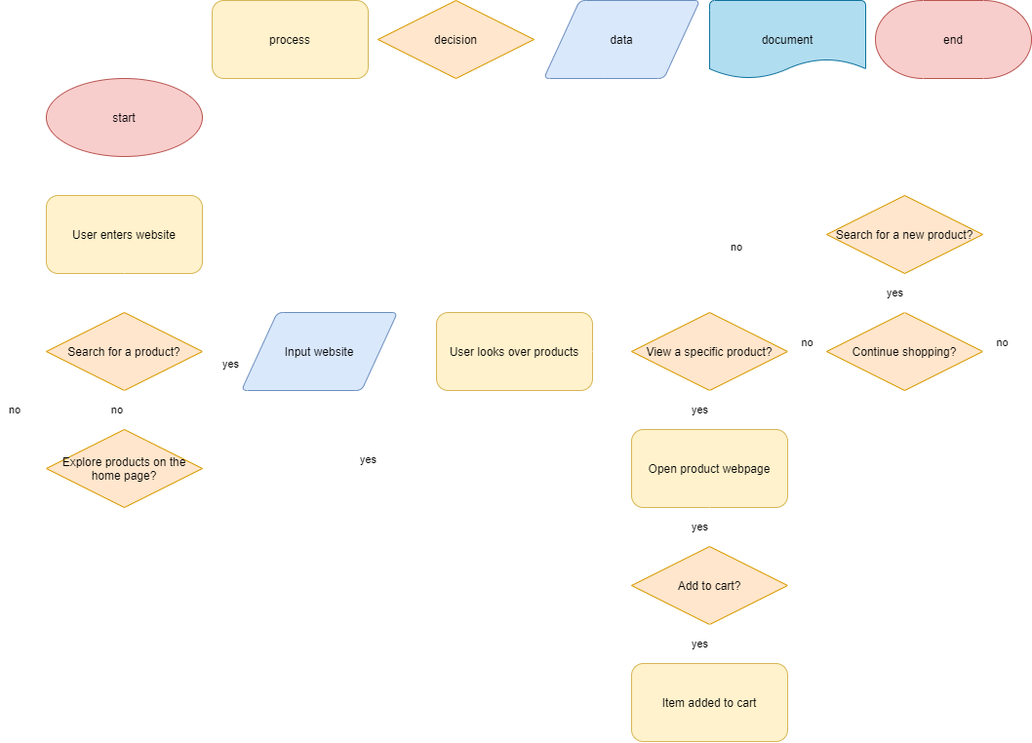
Above: explore/diagramming/diagram.drawio.png in StevenSchaeffer/fa21-cse110-lab4 (draw.io), before the change. Source tidied: cells renumbered, new cells last; positions are measured from the earlier drawing's top-left corner, leaving out a move shared by most shapes. The source it was exported from:
```xml
<mxGraphModel>
  <root>
    <mxCell id="0" />
    <mxCell id="1" parent="0" />
    <mxCell id="2" style="edgeStyle=orthogonalEdgeStyle;rounded=0;jettySize=auto;html=1;exitX=0.5;exitY=1;exitDx=0;exitDy=0;strokeColor=#FFFFFF;entryX=0.5;entryY=0;entryDx=0;entryDy=0;" parent="1" edge="1" source="3" target="9">
      <mxGeometry relative="1" as="geometry" />
    </mxCell>
    <mxCell id="3" value="&lt;font color=&quot;#000000&quot;&gt;start&lt;/font&gt;" style="ellipse;whiteSpace=wrap;html=1;fillColor=#f8cecc;strokeColor=#b85450;" parent="1" vertex="1">
      <mxGeometry x="40" y="80" width="160" height="80" as="geometry" />
    </mxCell>
    <mxCell id="4" value="&lt;font color=&quot;#000000&quot;&gt;decision&lt;/font&gt;" style="rhombus;whiteSpace=wrap;html=1;fillColor=#ffe6cc;strokeColor=#d79b00;" parent="1" vertex="1">
      <mxGeometry x="380" width="160" height="80" as="geometry" />
    </mxCell>
    <mxCell id="5" value="&lt;font color=&quot;#000000&quot;&gt;process&lt;/font&gt;" style="rounded=1;whiteSpace=wrap;html=1;fillColor=#fff2cc;strokeColor=#d6b656;direction=east;" parent="1" vertex="1">
      <mxGeometry x="210" width="160" height="80" as="geometry" />
    </mxCell>
    <mxCell id="6" value="&lt;font color=&quot;#000000&quot;&gt;data&lt;/font&gt;" style="shape=parallelogram;html=1;strokeWidth=1;perimeter=parallelogramPerimeter;whiteSpace=wrap;rounded=1;arcSize=12;size=0.23;fillColor=#dae8fc;strokeColor=#6c8ebf;" parent="1" vertex="1">
      <mxGeometry x="550" width="160" height="80" as="geometry" />
    </mxCell>
    <mxCell id="7" value="&lt;font color=&quot;#000000&quot;&gt;document&lt;/font&gt;" style="strokeWidth=1;html=1;shape=mxgraph.flowchart.document2;whiteSpace=wrap;size=0.25;fillColor=#b1ddf0;strokeColor=#10739e;" parent="1" vertex="1">
      <mxGeometry x="720" width="160" height="80" as="geometry" />
    </mxCell>
    <mxCell id="8" value="&lt;font color=&quot;#000000&quot;&gt;end&lt;/font&gt;" style="strokeWidth=1;html=1;shape=mxgraph.flowchart.terminator;whiteSpace=wrap;fillColor=#f8cecc;strokeColor=#b85450;" parent="1" vertex="1">
      <mxGeometry x="890" width="160" height="80" as="geometry" />
    </mxCell>
    <mxCell id="9" value="&lt;font color=&quot;#000000&quot;&gt;User enters website&lt;/font&gt;" style="rounded=1;whiteSpace=wrap;html=1;fillColor=#fff2cc;strokeColor=#d6b656;direction=east;" parent="1" vertex="1">
      <mxGeometry x="40" y="200" width="160" height="80" as="geometry" />
    </mxCell>
    <mxCell id="10" value="&lt;font color=&quot;#000000&quot;&gt;Search for a product?&lt;/font&gt;" style="rhombus;whiteSpace=wrap;html=1;fillColor=#ffe6cc;strokeColor=#d79b00;" parent="1" vertex="1">
      <mxGeometry x="40" y="320" width="160" height="80" as="geometry" />
    </mxCell>
    <mxCell id="11" style="edgeStyle=orthogonalEdgeStyle;rounded=0;jettySize=auto;html=1;strokeColor=#FFFFFF;entryX=0.5;entryY=0;entryDx=0;entryDy=0;exitX=0.5;exitY=1;exitDx=0;exitDy=0;" parent="1" edge="1" source="9" target="10">
      <mxGeometry relative="1" as="geometry" />
    </mxCell>
    <mxCell id="12" value="yes" style="edgeStyle=orthogonalEdgeStyle;rounded=0;jettySize=auto;html=1;strokeColor=#FFFFFF;exitX=1;exitY=0.5;exitDx=0;exitDy=0;align=center;verticalAlign=top;entryX=0;entryY=0.5;entryDx=0;entryDy=0;" parent="1" edge="1" source="10" target="18">
      <mxGeometry relative="1" as="geometry" />
    </mxCell>
    <mxCell id="13" value="no" style="edgeStyle=orthogonalEdgeStyle;rounded=0;jettySize=auto;html=1;exitX=0.5;exitY=1;exitDx=0;exitDy=0;strokeColor=#FFFFFF;align=right;entryX=0.5;entryY=0;entryDx=0;entryDy=0;" parent="1" edge="1" source="10" target="15">
      <mxGeometry relative="1" as="geometry" />
    </mxCell>
    <mxCell id="14" value="&lt;div&gt;yes&lt;/div&gt;" style="edgeStyle=orthogonalEdgeStyle;rounded=0;jettySize=auto;html=1;exitX=1;exitY=0.5;exitDx=0;exitDy=0;strokeColor=#FFFFFF;align=right;verticalAlign=bottom;" parent="1" edge="1" source="15">
      <mxGeometry relative="1" as="geometry">
        <mxPoint x="440" y="360" as="targetPoint" />
        <Array as="points">
          <mxPoint x="410" y="480" />
          <mxPoint x="410" y="360" />
        </Array>
      </mxGeometry>
    </mxCell>
    <mxCell id="15" value="&lt;font color=&quot;#000000&quot;&gt;Explore products on the home page?&lt;/font&gt;" style="rhombus;whiteSpace=wrap;html=1;fillColor=#ffe6cc;strokeColor=#d79b00;" parent="1" vertex="1">
      <mxGeometry x="40" y="440" width="160" height="80" as="geometry" />
    </mxCell>
    <mxCell id="16" value="no" style="edgeStyle=orthogonalEdgeStyle;rounded=0;jettySize=auto;html=1;strokeColor=#FFFFFF;align=left;exitX=0;exitY=0.5;exitDx=0;exitDy=0;entryX=0;entryY=0.5;entryDx=0;entryDy=0;" parent="1" edge="1" source="15" target="10">
      <mxGeometry relative="1" as="geometry">
        <Array as="points">
          <mxPoint y="480" />
          <mxPoint y="360" />
        </Array>
      </mxGeometry>
    </mxCell>
    <mxCell id="17" style="edgeStyle=orthogonalEdgeStyle;rounded=0;jettySize=auto;html=1;exitX=1;exitY=0.5;exitDx=0;exitDy=0;strokeColor=#FFFFFF;align=left;verticalAlign=bottom;entryX=0;entryY=0.5;entryDx=0;entryDy=0;" parent="1" edge="1" source="18" target="19">
      <mxGeometry relative="1" as="geometry" />
    </mxCell>
    <mxCell id="18" value="&lt;font color=&quot;#000000&quot;&gt;Input website&lt;br&gt;&lt;/font&gt;" style="shape=parallelogram;html=1;strokeWidth=1;perimeter=parallelogramPerimeter;whiteSpace=wrap;rounded=1;arcSize=12;size=0.23;fillColor=#dae8fc;strokeColor=#6c8ebf;" parent="1" vertex="1">
      <mxGeometry x="240" y="320" width="160" height="80" as="geometry" />
    </mxCell>
    <mxCell id="19" value="&lt;font color=&quot;#000000&quot;&gt;User looks over products&lt;/font&gt;" style="rounded=1;whiteSpace=wrap;html=1;fillColor=#fff2cc;strokeColor=#d6b656;direction=east;" parent="1" vertex="1">
      <mxGeometry x="440" y="320" width="160" height="80" as="geometry" />
    </mxCell>
    <mxCell id="20" value="&lt;font color=&quot;#000000&quot;&gt;View a specific product?&lt;/font&gt;" style="rhombus;whiteSpace=wrap;html=1;fillColor=#ffe6cc;strokeColor=#d79b00;" parent="1" vertex="1">
      <mxGeometry x="640" y="320" width="160" height="80" as="geometry" />
    </mxCell>
    <mxCell id="21" style="edgeStyle=orthogonalEdgeStyle;rounded=0;jettySize=auto;html=1;strokeColor=#FFFFFF;exitX=1;exitY=0.5;exitDx=0;exitDy=0;entryX=0;entryY=0.5;entryDx=0;entryDy=0;" parent="1" edge="1" source="19" target="20">
      <mxGeometry relative="1" as="geometry" />
    </mxCell>
    <mxCell id="22" value="no" style="edgeStyle=orthogonalEdgeStyle;rounded=0;jettySize=auto;html=1;strokeColor=#FFFFFF;exitX=1;exitY=0.5;exitDx=0;exitDy=0;entryX=0;entryY=0.5;entryDx=0;entryDy=0;verticalAlign=bottom;" parent="1" edge="1" source="20" target="23">
      <mxGeometry relative="1" as="geometry" />
    </mxCell>
    <mxCell id="23" value="&lt;font color=&quot;#000000&quot;&gt;Continue shopping?&lt;/font&gt;" style="rhombus;whiteSpace=wrap;html=1;fillColor=#ffe6cc;strokeColor=#d79b00;" parent="1" vertex="1">
      <mxGeometry x="840" y="320" width="160" height="80" as="geometry" />
    </mxCell>
    <mxCell id="24" value="no" style="edgeStyle=orthogonalEdgeStyle;rounded=0;jettySize=auto;html=1;strokeColor=#FFFFFF;entryX=0;entryY=0.5;entryDx=0;entryDy=0;verticalAlign=bottom;exitX=1;exitY=0.5;exitDx=0;exitDy=0;" parent="1" edge="1" source="23">
      <mxGeometry relative="1" as="geometry">
        <mxPoint x="1040" y="359.7" as="targetPoint" />
      </mxGeometry>
    </mxCell>
    <mxCell id="25" value="yes" style="edgeStyle=orthogonalEdgeStyle;rounded=0;jettySize=auto;html=1;strokeColor=#FFFFFF;align=right;exitX=0.5;exitY=1;exitDx=0;exitDy=0;entryX=0.5;entryY=0;entryDx=0;entryDy=0;" parent="1" edge="1" source="20" target="29">
      <mxGeometry relative="1" as="geometry" />
    </mxCell>
    <mxCell id="26" value="&lt;font color=&quot;#000000&quot;&gt;Add to cart?&lt;/font&gt;" style="rhombus;whiteSpace=wrap;html=1;fillColor=#ffe6cc;strokeColor=#d79b00;" parent="1" vertex="1">
      <mxGeometry x="640" y="560" width="160" height="80" as="geometry" />
    </mxCell>
    <mxCell id="27" value="yes" style="edgeStyle=orthogonalEdgeStyle;rounded=0;jettySize=auto;html=1;strokeColor=#FFFFFF;align=right;exitX=0.5;exitY=1;exitDx=0;exitDy=0;entryX=0.5;entryY=0;entryDx=0;entryDy=0;" parent="1" edge="1" source="26" target="32">
      <mxGeometry relative="1" as="geometry" />
    </mxCell>
    <mxCell id="28" style="edgeStyle=orthogonalEdgeStyle;rounded=0;jettySize=auto;html=1;strokeColor=#FFFFFF;exitX=1;exitY=0.5;exitDx=0;exitDy=0;verticalAlign=bottom;entryX=0;entryY=0.5;entryDx=0;entryDy=0;" parent="1" edge="1" source="26" target="23">
      <mxGeometry relative="1" as="geometry" />
    </mxCell>
    <mxCell id="29" value="&lt;font color=&quot;#000000&quot;&gt;Open product webpage&lt;/font&gt;" style="rounded=1;whiteSpace=wrap;html=1;fillColor=#fff2cc;strokeColor=#d6b656;direction=east;" parent="1" vertex="1">
      <mxGeometry x="640" y="440" width="160" height="80" as="geometry" />
    </mxCell>
    <mxCell id="30" value="yes" style="edgeStyle=orthogonalEdgeStyle;rounded=0;jettySize=auto;html=1;strokeColor=#FFFFFF;align=right;exitX=0.5;exitY=1;exitDx=0;exitDy=0;entryX=0.5;entryY=0;entryDx=0;entryDy=0;" parent="1" edge="1" source="29" target="26">
      <mxGeometry relative="1" as="geometry" />
    </mxCell>
    <mxCell id="31" style="edgeStyle=orthogonalEdgeStyle;rounded=0;jettySize=auto;html=1;exitX=1;exitY=0.5;exitDx=0;exitDy=0;strokeColor=#FFFFFF;align=right;verticalAlign=top;entryX=0.5;entryY=1;entryDx=0;entryDy=0;" parent="1" edge="1" source="32" target="23">
      <mxGeometry relative="1" as="geometry" />
    </mxCell>
    <mxCell id="32" value="&lt;font color=&quot;#000000&quot;&gt;Item added to cart&lt;/font&gt;" style="rounded=1;whiteSpace=wrap;html=1;fillColor=#fff2cc;strokeColor=#d6b656;direction=east;" parent="1" vertex="1">
      <mxGeometry x="640" y="680" width="160" height="80" as="geometry" />
    </mxCell>
    <mxCell id="33" value="yes" style="edgeStyle=orthogonalEdgeStyle;rounded=0;jettySize=auto;html=1;strokeColor=#FFFFFF;exitX=0.5;exitY=0;exitDx=0;exitDy=0;align=right;entryX=0.5;entryY=1;entryDx=0;entryDy=0;" parent="1" edge="1" source="23" target="36">
      <mxGeometry relative="1" as="geometry" />
    </mxCell>
    <mxCell id="34" value="no" style="edgeStyle=orthogonalEdgeStyle;rounded=0;jettySize=auto;html=1;exitX=0;exitY=0.5;exitDx=0;exitDy=0;strokeColor=#FFFFFF;align=left;verticalAlign=top;entryX=0.5;entryY=0;entryDx=0;entryDy=0;" parent="1" edge="1" source="36" target="20">
      <mxGeometry relative="1" as="geometry" />
    </mxCell>
    <mxCell id="35" style="edgeStyle=orthogonalEdgeStyle;rounded=0;jettySize=auto;html=1;exitX=0.5;exitY=0;exitDx=0;exitDy=0;strokeColor=#FFFFFF;align=right;verticalAlign=top;entryX=0;entryY=0.5;entryDx=0;entryDy=0;" parent="1" edge="1" source="36" target="18">
      <mxGeometry relative="1" as="geometry">
        <Array as="points">
          <mxPoint x="920" y="160" />
          <mxPoint x="640" y="160" />
          <mxPoint x="640" y="280" />
          <mxPoint x="230" y="280" />
          <mxPoint x="230" y="360" />
        </Array>
      </mxGeometry>
    </mxCell>
    <mxCell id="36" value="&lt;font color=&quot;#000000&quot;&gt;Search for a new product?&lt;/font&gt;" style="rhombus;whiteSpace=wrap;html=1;fillColor=#ffe6cc;strokeColor=#d79b00;" parent="1" vertex="1">
      <mxGeometry x="840" y="200" width="160" height="80" as="geometry" />
    </mxCell>
  </root>
</mxGraphModel>
```
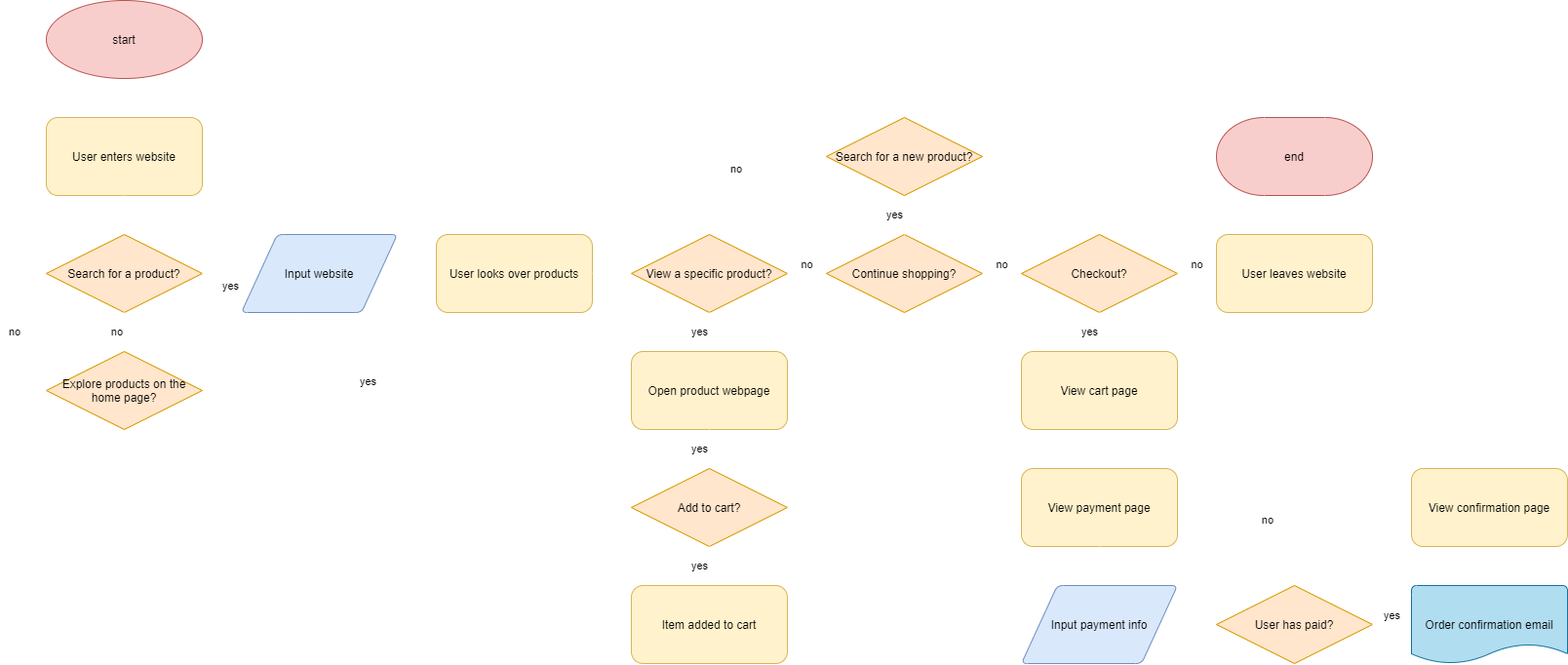
After the change.

The edit, as a diff of the source:
```diff
@@ -8,20 +8,8 @@
     <mxCell id="3" value="&lt;font color=&quot;#000000&quot;&gt;start&lt;/font&gt;" style="ellipse;whiteSpace=wrap;html=1;fillColor=#f8cecc;strokeColor=#b85450;" parent="1" vertex="1">
       <mxGeometry x="40" y="80" width="160" height="80" as="geometry" />
     </mxCell>
-    <mxCell id="4" value="&lt;font color=&quot;#000000&quot;&gt;decision&lt;/font&gt;" style="rhombus;whiteSpace=wrap;html=1;fillColor=#ffe6cc;strokeColor=#d79b00;" parent="1" vertex="1">
-      <mxGeometry x="380" width="160" height="80" as="geometry" />
-    </mxCell>
-    <mxCell id="5" value="&lt;font color=&quot;#000000&quot;&gt;process&lt;/font&gt;" style="rounded=1;whiteSpace=wrap;html=1;fillColor=#fff2cc;strokeColor=#d6b656;direction=east;" parent="1" vertex="1">
-      <mxGeometry x="210" width="160" height="80" as="geometry" />
-    </mxCell>
-    <mxCell id="6" value="&lt;font color=&quot;#000000&quot;&gt;data&lt;/font&gt;" style="shape=parallelogram;html=1;strokeWidth=1;perimeter=parallelogramPerimeter;whiteSpace=wrap;rounded=1;arcSize=12;size=0.23;fillColor=#dae8fc;strokeColor=#6c8ebf;" parent="1" vertex="1">
-      <mxGeometry x="550" width="160" height="80" as="geometry" />
-    </mxCell>
-    <mxCell id="7" value="&lt;font color=&quot;#000000&quot;&gt;document&lt;/font&gt;" style="strokeWidth=1;html=1;shape=mxgraph.flowchart.document2;whiteSpace=wrap;size=0.25;fillColor=#b1ddf0;strokeColor=#10739e;" parent="1" vertex="1">
-      <mxGeometry x="720" width="160" height="80" as="geometry" />
-    </mxCell>
     <mxCell id="8" value="&lt;font color=&quot;#000000&quot;&gt;end&lt;/font&gt;" style="strokeWidth=1;html=1;shape=mxgraph.flowchart.terminator;whiteSpace=wrap;fillColor=#f8cecc;strokeColor=#b85450;" parent="1" vertex="1">
-      <mxGeometry x="890" width="160" height="80" as="geometry" />
+      <mxGeometry x="1240" y="200" width="160" height="80" as="geometry" />
     </mxCell>
     <mxCell id="9" value="&lt;font color=&quot;#000000&quot;&gt;User enters website&lt;/font&gt;" style="rounded=1;whiteSpace=wrap;html=1;fillColor=#fff2cc;strokeColor=#d6b656;direction=east;" parent="1" vertex="1">
       <mxGeometry x="40" y="200" width="160" height="80" as="geometry" />
@@ -79,10 +67,8 @@
     <mxCell id="23" value="&lt;font color=&quot;#000000&quot;&gt;Continue shopping?&lt;/font&gt;" style="rhombus;whiteSpace=wrap;html=1;fillColor=#ffe6cc;strokeColor=#d79b00;" parent="1" vertex="1">
       <mxGeometry x="840" y="320" width="160" height="80" as="geometry" />
     </mxCell>
-    <mxCell id="24" value="no" style="edgeStyle=orthogonalEdgeStyle;rounded=0;jettySize=auto;html=1;strokeColor=#FFFFFF;entryX=0;entryY=0.5;entryDx=0;entryDy=0;verticalAlign=bottom;exitX=1;exitY=0.5;exitDx=0;exitDy=0;" parent="1" edge="1" source="23">
-      <mxGeometry relative="1" as="geometry">
-        <mxPoint x="1040" y="359.7" as="targetPoint" />
-      </mxGeometry>
+    <mxCell id="24" value="no" style="edgeStyle=orthogonalEdgeStyle;rounded=0;jettySize=auto;html=1;strokeColor=#FFFFFF;entryX=0;entryY=0.5;entryDx=0;entryDy=0;verticalAlign=bottom;exitX=1;exitY=0.5;exitDx=0;exitDy=0;" parent="1" edge="1" source="23" target="37">
+      <mxGeometry relative="1" as="geometry" />
     </mxCell>
     <mxCell id="25" value="yes" style="edgeStyle=orthogonalEdgeStyle;rounded=0;jettySize=auto;html=1;strokeColor=#FFFFFF;align=right;exitX=0.5;exitY=1;exitDx=0;exitDy=0;entryX=0.5;entryY=0;entryDx=0;entryDy=0;" parent="1" edge="1" source="20" target="29">
       <mxGeometry relative="1" as="geometry" />
@@ -128,5 +114,63 @@
     <mxCell id="36" value="&lt;font color=&quot;#000000&quot;&gt;Search for a new product?&lt;/font&gt;" style="rhombus;whiteSpace=wrap;html=1;fillColor=#ffe6cc;strokeColor=#d79b00;" parent="1" vertex="1">
       <mxGeometry x="840" y="200" width="160" height="80" as="geometry" />
     </mxCell>
+    <mxCell id="37" value="&lt;font color=&quot;#000000&quot;&gt;Checkout?&lt;/font&gt;" style="rhombus;whiteSpace=wrap;html=1;fillColor=#ffe6cc;strokeColor=#d79b00;" parent="1" vertex="1">
+      <mxGeometry x="1040" y="320" width="160" height="80" as="geometry" />
+    </mxCell>
+    <mxCell id="38" value="no" style="edgeStyle=orthogonalEdgeStyle;rounded=0;jettySize=auto;html=1;strokeColor=#FFFFFF;entryX=0;entryY=0.5;entryDx=0;entryDy=0;verticalAlign=bottom;exitX=1;exitY=0.5;exitDx=0;exitDy=0;" parent="1" edge="1" source="37" target="41">
+      <mxGeometry relative="1" as="geometry" />
+    </mxCell>
+    <mxCell id="39" value="yes" style="edgeStyle=orthogonalEdgeStyle;rounded=0;jettySize=auto;html=1;strokeColor=#FFFFFF;align=right;entryX=0.5;entryY=0;entryDx=0;entryDy=0;exitX=0.5;exitY=1;exitDx=0;exitDy=0;" parent="1" edge="1" source="37">
+      <mxGeometry relative="1" as="geometry">
+        <mxPoint x="1119.6" y="440" as="targetPoint" />
+      </mxGeometry>
+    </mxCell>
+    <mxCell id="40" style="edgeStyle=orthogonalEdgeStyle;rounded=0;jettySize=auto;html=1;exitX=0.5;exitY=0;exitDx=0;exitDy=0;entryX=0.5;entryY=1;entryDx=0;entryDy=0;entryPerimeter=0;strokeColor=#FFFFFF;align=right;verticalAlign=top;" parent="1" edge="1" source="41" target="8">
+      <mxGeometry relative="1" as="geometry" />
+    </mxCell>
+    <mxCell id="41" value="&lt;font color=&quot;#000000&quot;&gt;User leaves website&lt;/font&gt;" style="rounded=1;whiteSpace=wrap;html=1;fillColor=#fff2cc;strokeColor=#d6b656;direction=east;" parent="1" vertex="1">
+      <mxGeometry x="1240" y="320" width="160" height="80" as="geometry" />
+    </mxCell>
+    <mxCell id="42" style="edgeStyle=orthogonalEdgeStyle;rounded=0;jettySize=auto;html=1;exitX=0.5;exitY=1;exitDx=0;exitDy=0;entryX=0.5;entryY=0;entryDx=0;entryDy=0;strokeColor=#FFFFFF;align=right;verticalAlign=top;" parent="1" edge="1" source="43" target="44">
+      <mxGeometry relative="1" as="geometry" />
+    </mxCell>
+    <mxCell id="43" value="&lt;font color=&quot;#000000&quot;&gt;View cart page&lt;/font&gt;" style="rounded=1;whiteSpace=wrap;html=1;fillColor=#fff2cc;strokeColor=#d6b656;direction=east;" parent="1" vertex="1">
+      <mxGeometry x="1040" y="440" width="160" height="80" as="geometry" />
+    </mxCell>
+    <mxCell id="44" value="&lt;font color=&quot;#000000&quot;&gt;View payment page&lt;br&gt;&lt;/font&gt;" style="rounded=1;whiteSpace=wrap;html=1;fillColor=#fff2cc;strokeColor=#d6b656;direction=east;" parent="1" vertex="1">
+      <mxGeometry x="1040" y="560" width="160" height="80" as="geometry" />
+    </mxCell>
+    <mxCell id="45" style="edgeStyle=orthogonalEdgeStyle;rounded=0;jettySize=auto;html=1;entryX=0.5;entryY=0;entryDx=0;entryDy=0;strokeColor=#FFFFFF;align=right;verticalAlign=top;exitX=0.5;exitY=1;exitDx=0;exitDy=0;" parent="1" edge="1" source="44">
+      <mxGeometry relative="1" as="geometry">
+        <mxPoint x="1119.6" y="680" as="targetPoint" />
+      </mxGeometry>
+    </mxCell>
+    <mxCell id="46" style="edgeStyle=orthogonalEdgeStyle;rounded=0;jettySize=auto;html=1;exitX=1;exitY=0.5;exitDx=0;exitDy=0;entryX=0;entryY=0.5;entryDx=0;entryDy=0;strokeColor=#FFFFFF;align=right;verticalAlign=top;" parent="1" edge="1" source="47" target="49">
+      <mxGeometry relative="1" as="geometry" />
+    </mxCell>
+    <mxCell id="47" value="&lt;font color=&quot;#000000&quot;&gt;Input payment info&lt;br&gt;&lt;/font&gt;" style="shape=parallelogram;html=1;strokeWidth=1;perimeter=parallelogramPerimeter;whiteSpace=wrap;rounded=1;arcSize=12;size=0.23;fillColor=#dae8fc;strokeColor=#6c8ebf;" parent="1" vertex="1">
+      <mxGeometry x="1040" y="680" width="160" height="80" as="geometry" />
+    </mxCell>
+    <mxCell id="48" value="no" style="edgeStyle=orthogonalEdgeStyle;rounded=0;jettySize=auto;html=1;exitX=0.5;exitY=0;exitDx=0;exitDy=0;entryX=1;entryY=0.5;entryDx=0;entryDy=0;strokeColor=#FFFFFF;align=right;verticalAlign=top;" parent="1" edge="1" source="49" target="44">
+      <mxGeometry relative="1" as="geometry" />
+    </mxCell>
+    <mxCell id="49" value="&lt;font color=&quot;#000000&quot;&gt;User has paid?&lt;/font&gt;" style="rhombus;whiteSpace=wrap;html=1;fillColor=#ffe6cc;strokeColor=#d79b00;" parent="1" vertex="1">
+      <mxGeometry x="1240" y="680" width="160" height="80" as="geometry" />
+    </mxCell>
+    <mxCell id="50" style="edgeStyle=orthogonalEdgeStyle;rounded=0;jettySize=auto;html=1;exitX=0.5;exitY=0;exitDx=0;exitDy=0;strokeColor=#FFFFFF;align=center;verticalAlign=bottom;entryX=1;entryY=0.5;entryDx=0;entryDy=0;" parent="1" edge="1" source="51" target="41">
+      <mxGeometry relative="1" as="geometry" />
+    </mxCell>
+    <mxCell id="51" value="&lt;font color=&quot;#000000&quot;&gt;View confirmation page&lt;/font&gt;" style="rounded=1;whiteSpace=wrap;html=1;fillColor=#fff2cc;strokeColor=#d6b656;direction=east;" parent="1" vertex="1">
+      <mxGeometry x="1440" y="560" width="160" height="80" as="geometry" />
+    </mxCell>
+    <mxCell id="52" value="yes" style="edgeStyle=orthogonalEdgeStyle;rounded=0;jettySize=auto;html=1;exitX=1;exitY=0.5;exitDx=0;exitDy=0;strokeColor=#FFFFFF;align=center;verticalAlign=bottom;entryX=0;entryY=0.5;entryDx=0;entryDy=0;entryPerimeter=0;" parent="1" edge="1" source="49" target="54">
+      <mxGeometry relative="1" as="geometry" />
+    </mxCell>
+    <mxCell id="53" style="edgeStyle=orthogonalEdgeStyle;rounded=0;jettySize=auto;html=1;exitX=0.5;exitY=0;exitDx=0;exitDy=0;exitPerimeter=0;entryX=0.5;entryY=1;entryDx=0;entryDy=0;strokeColor=#FFFFFF;align=center;verticalAlign=bottom;" parent="1" edge="1" source="54" target="51">
+      <mxGeometry relative="1" as="geometry" />
+    </mxCell>
+    <mxCell id="54" value="&lt;font color=&quot;#000000&quot;&gt;Order confirmation email&lt;br&gt;&lt;/font&gt;" style="strokeWidth=1;html=1;shape=mxgraph.flowchart.document2;whiteSpace=wrap;size=0.25;fillColor=#b1ddf0;strokeColor=#10739e;" parent="1" vertex="1">
+      <mxGeometry x="1440" y="680" width="160" height="80" as="geometry" />
+    </mxCell>
   </root>
 </mxGraphModel>
```
